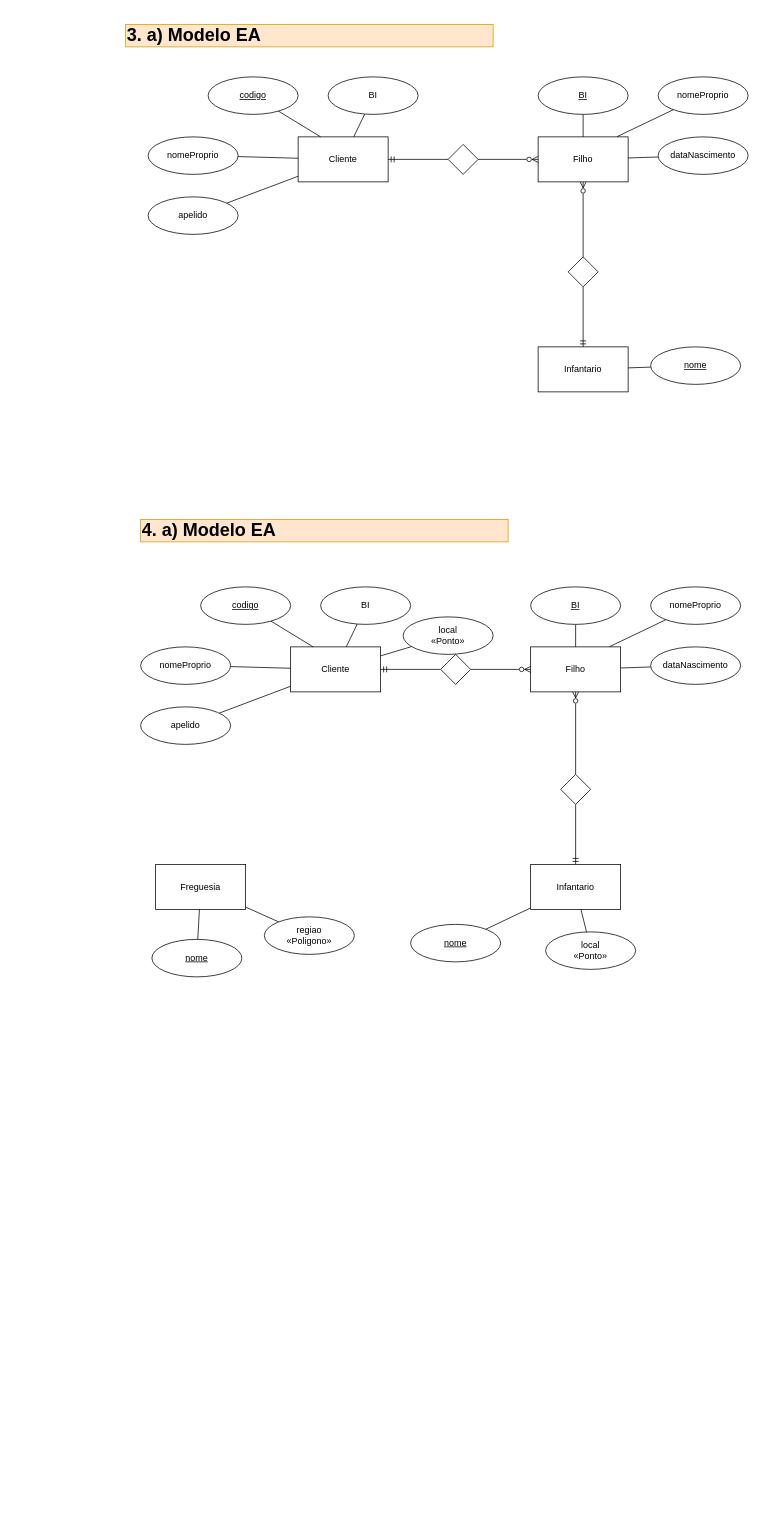
AnaSofOliveira/SIGM2425 keeps this draw.io diagram as aulasPraticas/aulaPratica2/modelo.drawio. Above is the earlier version. Source tidied: cells renumbered, new cells numbered last; positions are measured from the earlier drawing's top-left corner, leaving out a move shared by most shapes. Both pictures are drawn from the tidied source at 75%, with x=0, y=0 at pixel (125, 24).
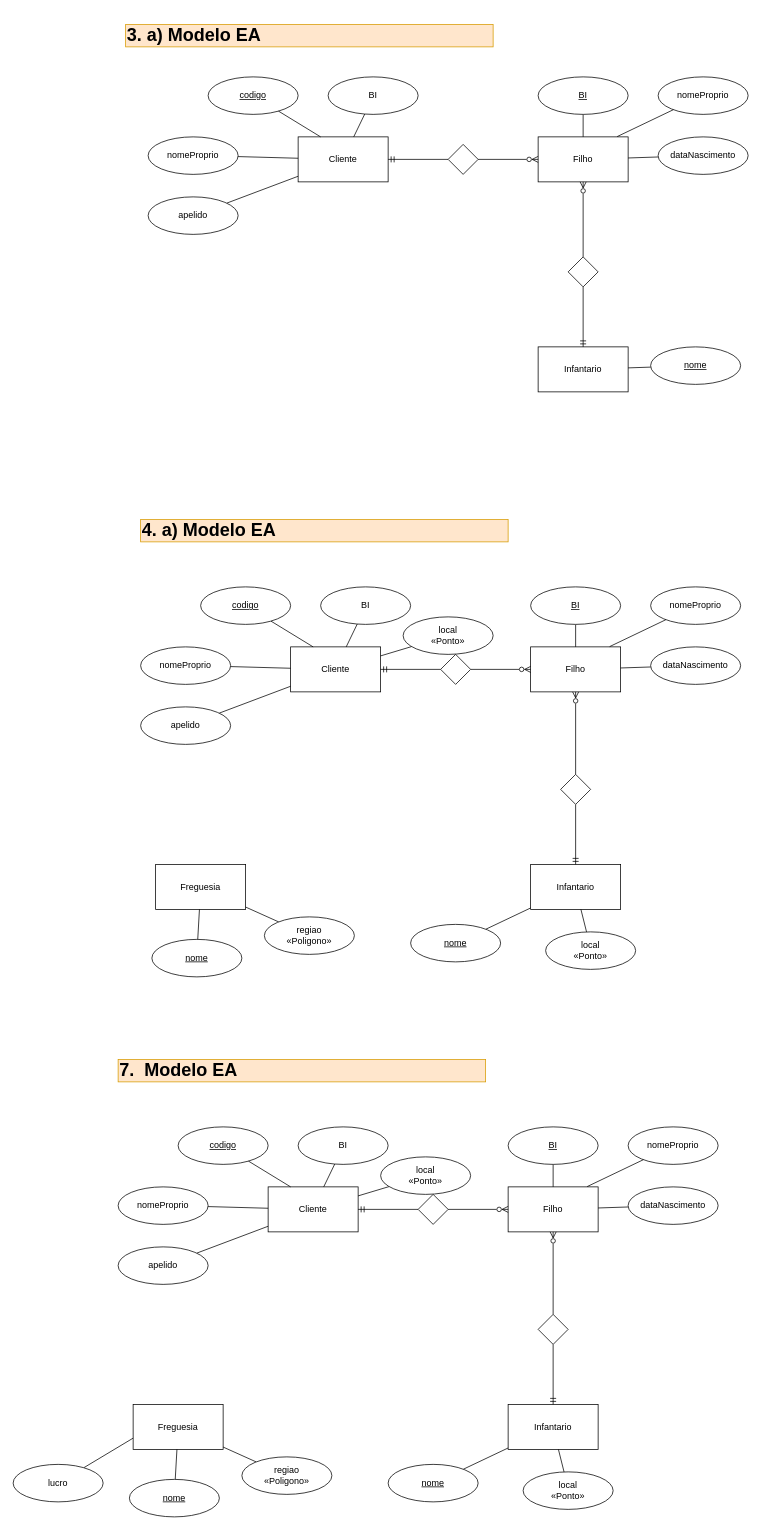
The same diagram, later.

Diff of the diagram source:
```diff
@@
+    <mxCell id="63" value="Cliente" style="rounded=0;whiteSpace=wrap;html=1;" parent="1" vertex="1">
+      <mxGeometry x="190" y="1550" width="120" height="60" as="geometry" />
+    </mxCell>
+    <mxCell id="64" value="&lt;u&gt;codigo&lt;/u&gt;" style="ellipse;whiteSpace=wrap;html=1;" parent="1" vertex="1">
+      <mxGeometry x="70" y="1470" width="120" height="50" as="geometry" />
+    </mxCell>
+    <mxCell id="65" style="rounded=0;jettySize=auto;html=1;endArrow=none;endFill=0;" parent="1" edge="1" source="66" target="63">
+      <mxGeometry relative="1" as="geometry" />
+    </mxCell>
+    <mxCell id="66" value="BI" style="ellipse;whiteSpace=wrap;html=1;" parent="1" vertex="1">
+      <mxGeometry x="230" y="1470" width="120" height="50" as="geometry" />
+    </mxCell>
+    <mxCell id="67" style="rounded=0;jettySize=auto;html=1;endArrow=none;endFill=0;" parent="1" edge="1" source="68" target="63">
+      <mxGeometry relative="1" as="geometry" />
+    </mxCell>
+    <mxCell id="68" value="nomeProprio" style="ellipse;whiteSpace=wrap;html=1;" parent="1" vertex="1">
+      <mxGeometry x="-10" y="1550" width="120" height="50" as="geometry" />
+    </mxCell>
+    <mxCell id="69" style="rounded=0;jettySize=auto;html=1;endArrow=none;endFill=0;" parent="1" edge="1" source="70" target="63">
+      <mxGeometry relative="1" as="geometry" />
+    </mxCell>
+    <mxCell id="70" value="apelido" style="ellipse;whiteSpace=wrap;html=1;" parent="1" vertex="1">
+      <mxGeometry x="-10" y="1630" width="120" height="50" as="geometry" />
+    </mxCell>
+    <mxCell id="71" value="Filho" style="rounded=0;whiteSpace=wrap;html=1;" parent="1" vertex="1">
+      <mxGeometry x="510" y="1550" width="120" height="60" as="geometry" />
+    </mxCell>
+    <mxCell id="72" style="rounded=0;jettySize=auto;html=1;entryX=0.25;entryY=0;entryDx=0;entryDy=0;endArrow=none;endFill=0;" parent="1" edge="1" source="64" target="63">
+      <mxGeometry relative="1" as="geometry" />
+    </mxCell>
+    <mxCell id="73" style="edgeStyle=orthogonalEdgeStyle;rounded=0;jettySize=auto;html=1;entryX=1;entryY=0.5;entryDx=0;entryDy=0;endArrow=ERmandOne;endFill=0;" parent="1" edge="1" source="75" target="63">
+      <mxGeometry relative="1" as="geometry" />
+    </mxCell>
+    <mxCell id="74" style="edgeStyle=orthogonalEdgeStyle;rounded=0;jettySize=auto;html=1;endArrow=ERzeroToMany;endFill=0;" parent="1" edge="1" source="75" target="71">
+      <mxGeometry relative="1" as="geometry" />
+    </mxCell>
+    <mxCell id="75" style="rhombus;whiteSpace=wrap;html=1;" parent="1" vertex="1">
+      <mxGeometry x="390" y="1560" width="40" height="40" as="geometry" />
+    </mxCell>
+    <mxCell id="76" value="nomeProprio" style="ellipse;whiteSpace=wrap;html=1;" parent="1" vertex="1">
+      <mxGeometry x="670" y="1470" width="120" height="50" as="geometry" />
+    </mxCell>
+    <mxCell id="77" style="rounded=0;jettySize=auto;html=1;endArrow=none;endFill=0;" parent="1" edge="1" source="78" target="71">
+      <mxGeometry relative="1" as="geometry" />
+    </mxCell>
+    <mxCell id="78" value="dataNascimento" style="ellipse;whiteSpace=wrap;html=1;" parent="1" vertex="1">
+      <mxGeometry x="670" y="1550" width="120" height="50" as="geometry" />
+    </mxCell>
+    <mxCell id="79" style="rounded=0;jettySize=auto;html=1;entryX=0.5;entryY=0;entryDx=0;entryDy=0;endArrow=none;endFill=0;" parent="1" edge="1" source="80" target="71">
+      <mxGeometry relative="1" as="geometry" />
+    </mxCell>
+    <mxCell id="80" value="&lt;u&gt;BI&lt;/u&gt;" style="ellipse;whiteSpace=wrap;html=1;" parent="1" vertex="1">
+      <mxGeometry x="510" y="1470" width="120" height="50" as="geometry" />
+    </mxCell>
+    <mxCell id="81" style="rounded=0;jettySize=auto;html=1;entryX=0.878;entryY=-0.006;entryDx=0;entryDy=0;entryPerimeter=0;endArrow=none;endFill=0;" parent="1" edge="1" source="76" target="71">
+      <mxGeometry relative="1" as="geometry" />
+    </mxCell>
+    <mxCell id="82" value="Infantario" style="rounded=0;whiteSpace=wrap;html=1;" parent="1" vertex="1">
+      <mxGeometry x="510" y="1840" width="120" height="60" as="geometry" />
+    </mxCell>
+    <mxCell id="83" style="rounded=0;jettySize=auto;html=1;endArrow=none;endFill=0;" parent="1" edge="1" source="84" target="82">
+      <mxGeometry relative="1" as="geometry" />
+    </mxCell>
+    <mxCell id="84" value="&lt;u&gt;nome&lt;/u&gt;" style="ellipse;whiteSpace=wrap;html=1;" parent="1" vertex="1">
+      <mxGeometry x="350" y="1920" width="120" height="50" as="geometry" />
+    </mxCell>
+    <mxCell id="85" value="&lt;h1&gt;7.&amp;nbsp; Modelo EA&lt;/h1&gt;" style="text;html=1;align=left;verticalAlign=middle;whiteSpace=wrap;rounded=0;fillColor=#ffe6cc;strokeColor=#d79b00;" parent="1" vertex="1">
+      <mxGeometry x="-10" y="1380" width="490" height="30" as="geometry" />
+    </mxCell>
+    <mxCell id="86" value="Freguesia" style="rounded=0;whiteSpace=wrap;html=1;" parent="1" vertex="1">
+      <mxGeometry x="10" y="1840" width="120" height="60" as="geometry" />
+    </mxCell>
+    <mxCell id="87" style="rounded=0;jettySize=auto;html=1;endArrow=none;endFill=0;" parent="1" edge="1" source="88" target="86">
+      <mxGeometry relative="1" as="geometry" />
+    </mxCell>
+    <mxCell id="88" value="&lt;u&gt;nome&lt;/u&gt;" style="ellipse;whiteSpace=wrap;html=1;" parent="1" vertex="1">
+      <mxGeometry x="5" y="1940" width="120" height="50" as="geometry" />
+    </mxCell>
+    <mxCell id="89" style="rounded=0;jettySize=auto;html=1;endArrow=none;endFill=0;" parent="1" edge="1" source="90" target="86">
+      <mxGeometry relative="1" as="geometry" />
+    </mxCell>
+    <mxCell id="90" value="regiao&lt;div&gt;«Poligono»&lt;/div&gt;" style="ellipse;whiteSpace=wrap;html=1;" parent="1" vertex="1">
+      <mxGeometry x="155" y="1910" width="120" height="50" as="geometry" />
+    </mxCell>
+    <mxCell id="91" style="rounded=0;jettySize=auto;html=1;endArrow=none;endFill=0;" parent="1" edge="1" source="92" target="82">
+      <mxGeometry relative="1" as="geometry" />
+    </mxCell>
+    <mxCell id="92" value="local&lt;div&gt;«Ponto»&lt;/div&gt;" style="ellipse;whiteSpace=wrap;html=1;" parent="1" vertex="1">
+      <mxGeometry x="530" y="1930" width="120" height="50" as="geometry" />
+    </mxCell>
+    <mxCell id="93" style="rounded=0;jettySize=auto;html=1;endArrow=none;endFill=0;" parent="1" edge="1" source="94" target="63">
+      <mxGeometry relative="1" as="geometry" />
+    </mxCell>
+    <mxCell id="94" value="local&lt;div&gt;«Ponto»&lt;/div&gt;" style="ellipse;whiteSpace=wrap;html=1;" parent="1" vertex="1">
+      <mxGeometry x="340" y="1510" width="120" height="50" as="geometry" />
+    </mxCell>
+    <mxCell id="95" style="rounded=0;jettySize=auto;html=1;endArrow=ERzeroToMany;endFill=0;entryX=0.5;entryY=1;entryDx=0;entryDy=0;" parent="1" edge="1" source="97" target="71">
+      <mxGeometry relative="1" as="geometry" />
+    </mxCell>
+    <mxCell id="96" style="rounded=0;jettySize=auto;html=1;entryX=0.5;entryY=0;entryDx=0;entryDy=0;endArrow=ERmandOne;endFill=0;" parent="1" edge="1" source="97" target="82">
+      <mxGeometry relative="1" as="geometry" />
+    </mxCell>
+    <mxCell id="97" style="rhombus;whiteSpace=wrap;html=1;" parent="1" vertex="1">
+      <mxGeometry x="550" y="1720" width="40" height="40" as="geometry" />
+    </mxCell>
+    <mxCell id="98" style="rounded=0;jettySize=auto;html=1;entryX=0;entryY=0.75;entryDx=0;entryDy=0;endArrow=none;endFill=0;" parent="1" edge="1" source="99" target="86">
+      <mxGeometry relative="1" as="geometry" />
+    </mxCell>
+    <mxCell id="99" value="lucro" style="ellipse;whiteSpace=wrap;html=1;" parent="1" vertex="1">
+      <mxGeometry x="-150" y="1920" width="120" height="50" as="geometry" />
+    </mxCell>
```
